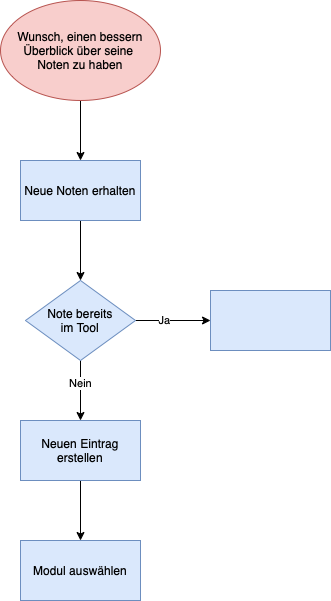
luklehm/prog2 keeps this draw.io diagram as Beschreibung_Semesterarbeit.drawio.png. Above is the earlier version. Source tidied: cells renumbered, new cells last; positions are measured from the earlier drawing's top-left corner, leaving out a move shared by most shapes.
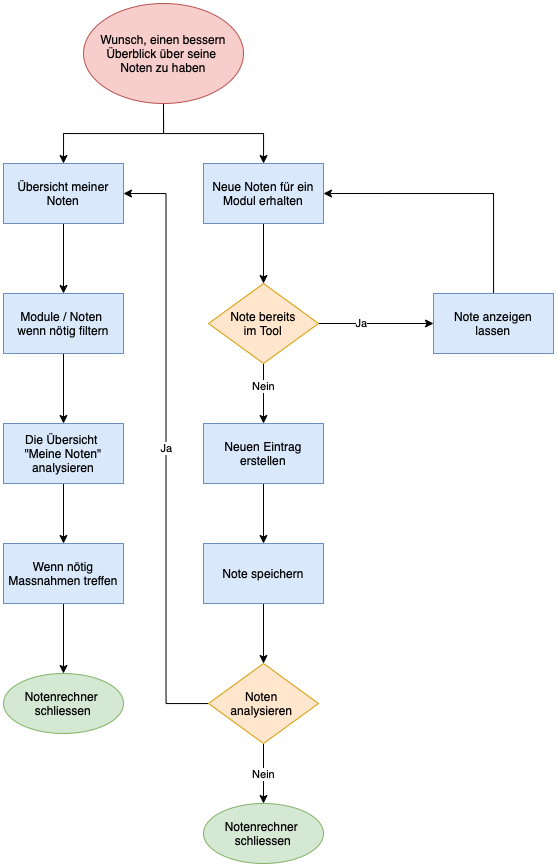
After the commit.

Diff of the diagram source:
```diff
@@ -5,13 +5,16 @@
     <mxCell id="2" style="edgeStyle=orthogonalEdgeStyle;rounded=0;jettySize=auto;html=1;" parent="1" edge="1" source="3" target="5">
       <mxGeometry relative="1" as="geometry" />
     </mxCell>
+    <mxCell id="15" style="edgeStyle=orthogonalEdgeStyle;rounded=0;jettySize=auto;html=1;entryX=0.5;entryY=0;entryDx=0;entryDy=0;" parent="1" edge="1" source="3" target="19">
+      <mxGeometry relative="1" as="geometry" />
+    </mxCell>
     <mxCell id="3" value="Wunsch, einen bessern Überblick über seine &lt;br&gt;Noten zu haben" style="ellipse;whiteSpace=wrap;html=1;fillColor=#f8cecc;strokeColor=#b85450;" parent="1" vertex="1">
-      <mxGeometry width="160" height="100" as="geometry" />
+      <mxGeometry x="-100" width="160" height="100" as="geometry" />
     </mxCell>
     <mxCell id="4" style="edgeStyle=orthogonalEdgeStyle;rounded=0;jettySize=auto;html=1;" parent="1" edge="1" source="5" target="10">
       <mxGeometry relative="1" as="geometry" />
     </mxCell>
-    <mxCell id="5" value="Neue Noten erhalten" style="whiteSpace=wrap;html=1;fillColor=#dae8fc;strokeColor=#6c8ebf;" parent="1" vertex="1">
+    <mxCell id="5" value="Neue Noten für ein Modul erhalten" style="whiteSpace=wrap;html=1;fillColor=#dae8fc;strokeColor=#6c8ebf;" parent="1" vertex="1">
       <mxGeometry x="20" y="160" width="120" height="60" as="geometry" />
     </mxCell>
     <mxCell id="6" style="edgeStyle=orthogonalEdgeStyle;rounded=0;jettySize=auto;html=1;" parent="1" edge="1" source="10" target="11">
@@ -26,20 +29,69 @@
     <mxCell id="9" value="Nein" style="edgeLabel;html=1;align=center;verticalAlign=middle;" parent="8" vertex="1">
       <mxGeometry x="-0.27" y="-1" relative="1" as="geometry" />
     </mxCell>
-    <mxCell id="10" value="Note bereits &lt;br&gt;im Tool" style="rhombus;whiteSpace=wrap;html=1;fillColor=#dae8fc;strokeColor=#6c8ebf;" parent="1" vertex="1">
+    <mxCell id="10" value="Note bereits &lt;br&gt;im Tool" style="rhombus;whiteSpace=wrap;html=1;fillColor=#ffe6cc;strokeColor=#d79b00;" parent="1" vertex="1">
       <mxGeometry x="25" y="280" width="110" height="80" as="geometry" />
     </mxCell>
+    <mxCell id="16" style="edgeStyle=orthogonalEdgeStyle;rounded=0;jettySize=auto;html=1;entryX=1;entryY=0.5;entryDx=0;entryDy=0;" parent="1" edge="1" source="11" target="5">
+      <mxGeometry relative="1" as="geometry">
+        <Array as="points">
+          <mxPoint x="310" y="190" />
+        </Array>
+      </mxGeometry>
+    </mxCell>
-    <mxCell id="11" style="whiteSpace=wrap;html=1;fillColor=#dae8fc;strokeColor=#6c8ebf;" parent="1" vertex="1">
-      <mxGeometry x="210" y="290" width="120" height="60" as="geometry" />
+    <mxCell id="11" value="Note anzeigen &lt;br&gt;lassen" style="whiteSpace=wrap;html=1;fillColor=#dae8fc;strokeColor=#6c8ebf;" parent="1" vertex="1">
+      <mxGeometry x="250" y="290" width="120" height="60" as="geometry" />
     </mxCell>
-    <mxCell id="12" style="edgeStyle=orthogonalEdgeStyle;rounded=0;jettySize=auto;html=1;" parent="1" edge="1" source="13" target="14">
-      <mxGeometry relative="1" as="geometry" />
-    </mxCell>
+    <mxCell id="17" style="edgeStyle=orthogonalEdgeStyle;rounded=0;jettySize=auto;html=1;" parent="1" edge="1" source="13" target="21">
+      <mxGeometry relative="1" as="geometry" />
+    </mxCell>
     <mxCell id="13" value="Neuen Eintrag erstellen" style="whiteSpace=wrap;html=1;fillColor=#dae8fc;strokeColor=#6c8ebf;" parent="1" vertex="1">
       <mxGeometry x="20" y="420" width="120" height="60" as="geometry" />
     </mxCell>
-    <mxCell id="14" value="Modul auswählen" style="whiteSpace=wrap;html=1;fillColor=#dae8fc;strokeColor=#6c8ebf;" parent="1" vertex="1">
-      <mxGeometry x="20" y="540" width="120" height="60" as="geometry" />
-    </mxCell>
+    <mxCell id="18" style="edgeStyle=orthogonalEdgeStyle;rounded=0;jettySize=auto;html=1;" parent="1" edge="1" source="19" target="27">
+      <mxGeometry relative="1" as="geometry" />
+    </mxCell>
+    <mxCell id="19" value="Übersicht meiner&lt;br&gt;Noten" style="whiteSpace=wrap;html=1;fillColor=#dae8fc;strokeColor=#6c8ebf;" parent="1" vertex="1">
+      <mxGeometry x="-180" y="160" width="120" height="60" as="geometry" />
+    </mxCell>
+    <mxCell id="20" style="edgeStyle=orthogonalEdgeStyle;rounded=0;jettySize=auto;html=1;" parent="1" edge="1" source="21" target="24">
+      <mxGeometry relative="1" as="geometry" />
+    </mxCell>
+    <mxCell id="21" value="Note speichern" style="whiteSpace=wrap;html=1;fillColor=#dae8fc;strokeColor=#6c8ebf;" parent="1" vertex="1">
+      <mxGeometry x="20" y="540" width="120" height="60" as="geometry" />
+    </mxCell>
+    <mxCell id="22" value="Nein" style="edgeStyle=orthogonalEdgeStyle;rounded=0;jettySize=auto;html=1;" parent="1" edge="1" source="24" target="25">
+      <mxGeometry relative="1" as="geometry" />
+    </mxCell>
+    <mxCell id="23" value="Ja" style="edgeStyle=orthogonalEdgeStyle;rounded=0;jettySize=auto;html=1;entryX=1;entryY=0.5;entryDx=0;entryDy=0;" parent="1" edge="1" source="24" target="19">
+      <mxGeometry relative="1" as="geometry" />
+    </mxCell>
+    <mxCell id="24" value="Noten &lt;br&gt;analysieren&amp;nbsp;" style="rhombus;whiteSpace=wrap;html=1;fillColor=#ffe6cc;strokeColor=#d79b00;align=center;" parent="1" vertex="1">
+      <mxGeometry x="25" y="660" width="110" height="80" as="geometry" />
+    </mxCell>
+    <mxCell id="25" value="Notenrechner&amp;nbsp;&lt;br&gt;schliessen" style="ellipse;whiteSpace=wrap;html=1;fillColor=#d5e8d4;strokeColor=#82b366;" parent="1" vertex="1">
+      <mxGeometry x="20" y="800" width="120" height="60" as="geometry" />
+    </mxCell>
+    <mxCell id="26" style="edgeStyle=orthogonalEdgeStyle;rounded=0;jettySize=auto;html=1;" parent="1" edge="1" source="27" target="29">
+      <mxGeometry relative="1" as="geometry" />
+    </mxCell>
+    <mxCell id="27" value="Module / Noten&amp;nbsp;&lt;br&gt;wenn nötig filtern" style="whiteSpace=wrap;html=1;fillColor=#dae8fc;strokeColor=#6c8ebf;" parent="1" vertex="1">
+      <mxGeometry x="-180" y="290" width="120" height="60" as="geometry" />
+    </mxCell>
+    <mxCell id="28" style="edgeStyle=orthogonalEdgeStyle;rounded=0;jettySize=auto;html=1;" parent="1" edge="1" source="29" target="31">
+      <mxGeometry relative="1" as="geometry" />
+    </mxCell>
+    <mxCell id="29" value="Die Übersicht &lt;br&gt;&quot;Meine Noten&quot; analysieren" style="whiteSpace=wrap;html=1;fillColor=#dae8fc;strokeColor=#6c8ebf;" parent="1" vertex="1">
+      <mxGeometry x="-180" y="420" width="120" height="60" as="geometry" />
+    </mxCell>
+    <mxCell id="30" style="edgeStyle=orthogonalEdgeStyle;rounded=0;jettySize=auto;html=1;" parent="1" edge="1" source="31" target="32">
+      <mxGeometry relative="1" as="geometry" />
+    </mxCell>
+    <mxCell id="31" value="Wenn nötig Massnahmen treffen" style="whiteSpace=wrap;html=1;fillColor=#dae8fc;strokeColor=#6c8ebf;" parent="1" vertex="1">
+      <mxGeometry x="-180" y="540" width="120" height="60" as="geometry" />
+    </mxCell>
+    <mxCell id="32" value="Notenrechner&amp;nbsp;&lt;br&gt;schliessen" style="ellipse;whiteSpace=wrap;html=1;fillColor=#d5e8d4;strokeColor=#82b366;" parent="1" vertex="1">
+      <mxGeometry x="-180" y="670" width="120" height="60" as="geometry" />
+    </mxCell>
   </root>
 </mxGraphModel>
```
